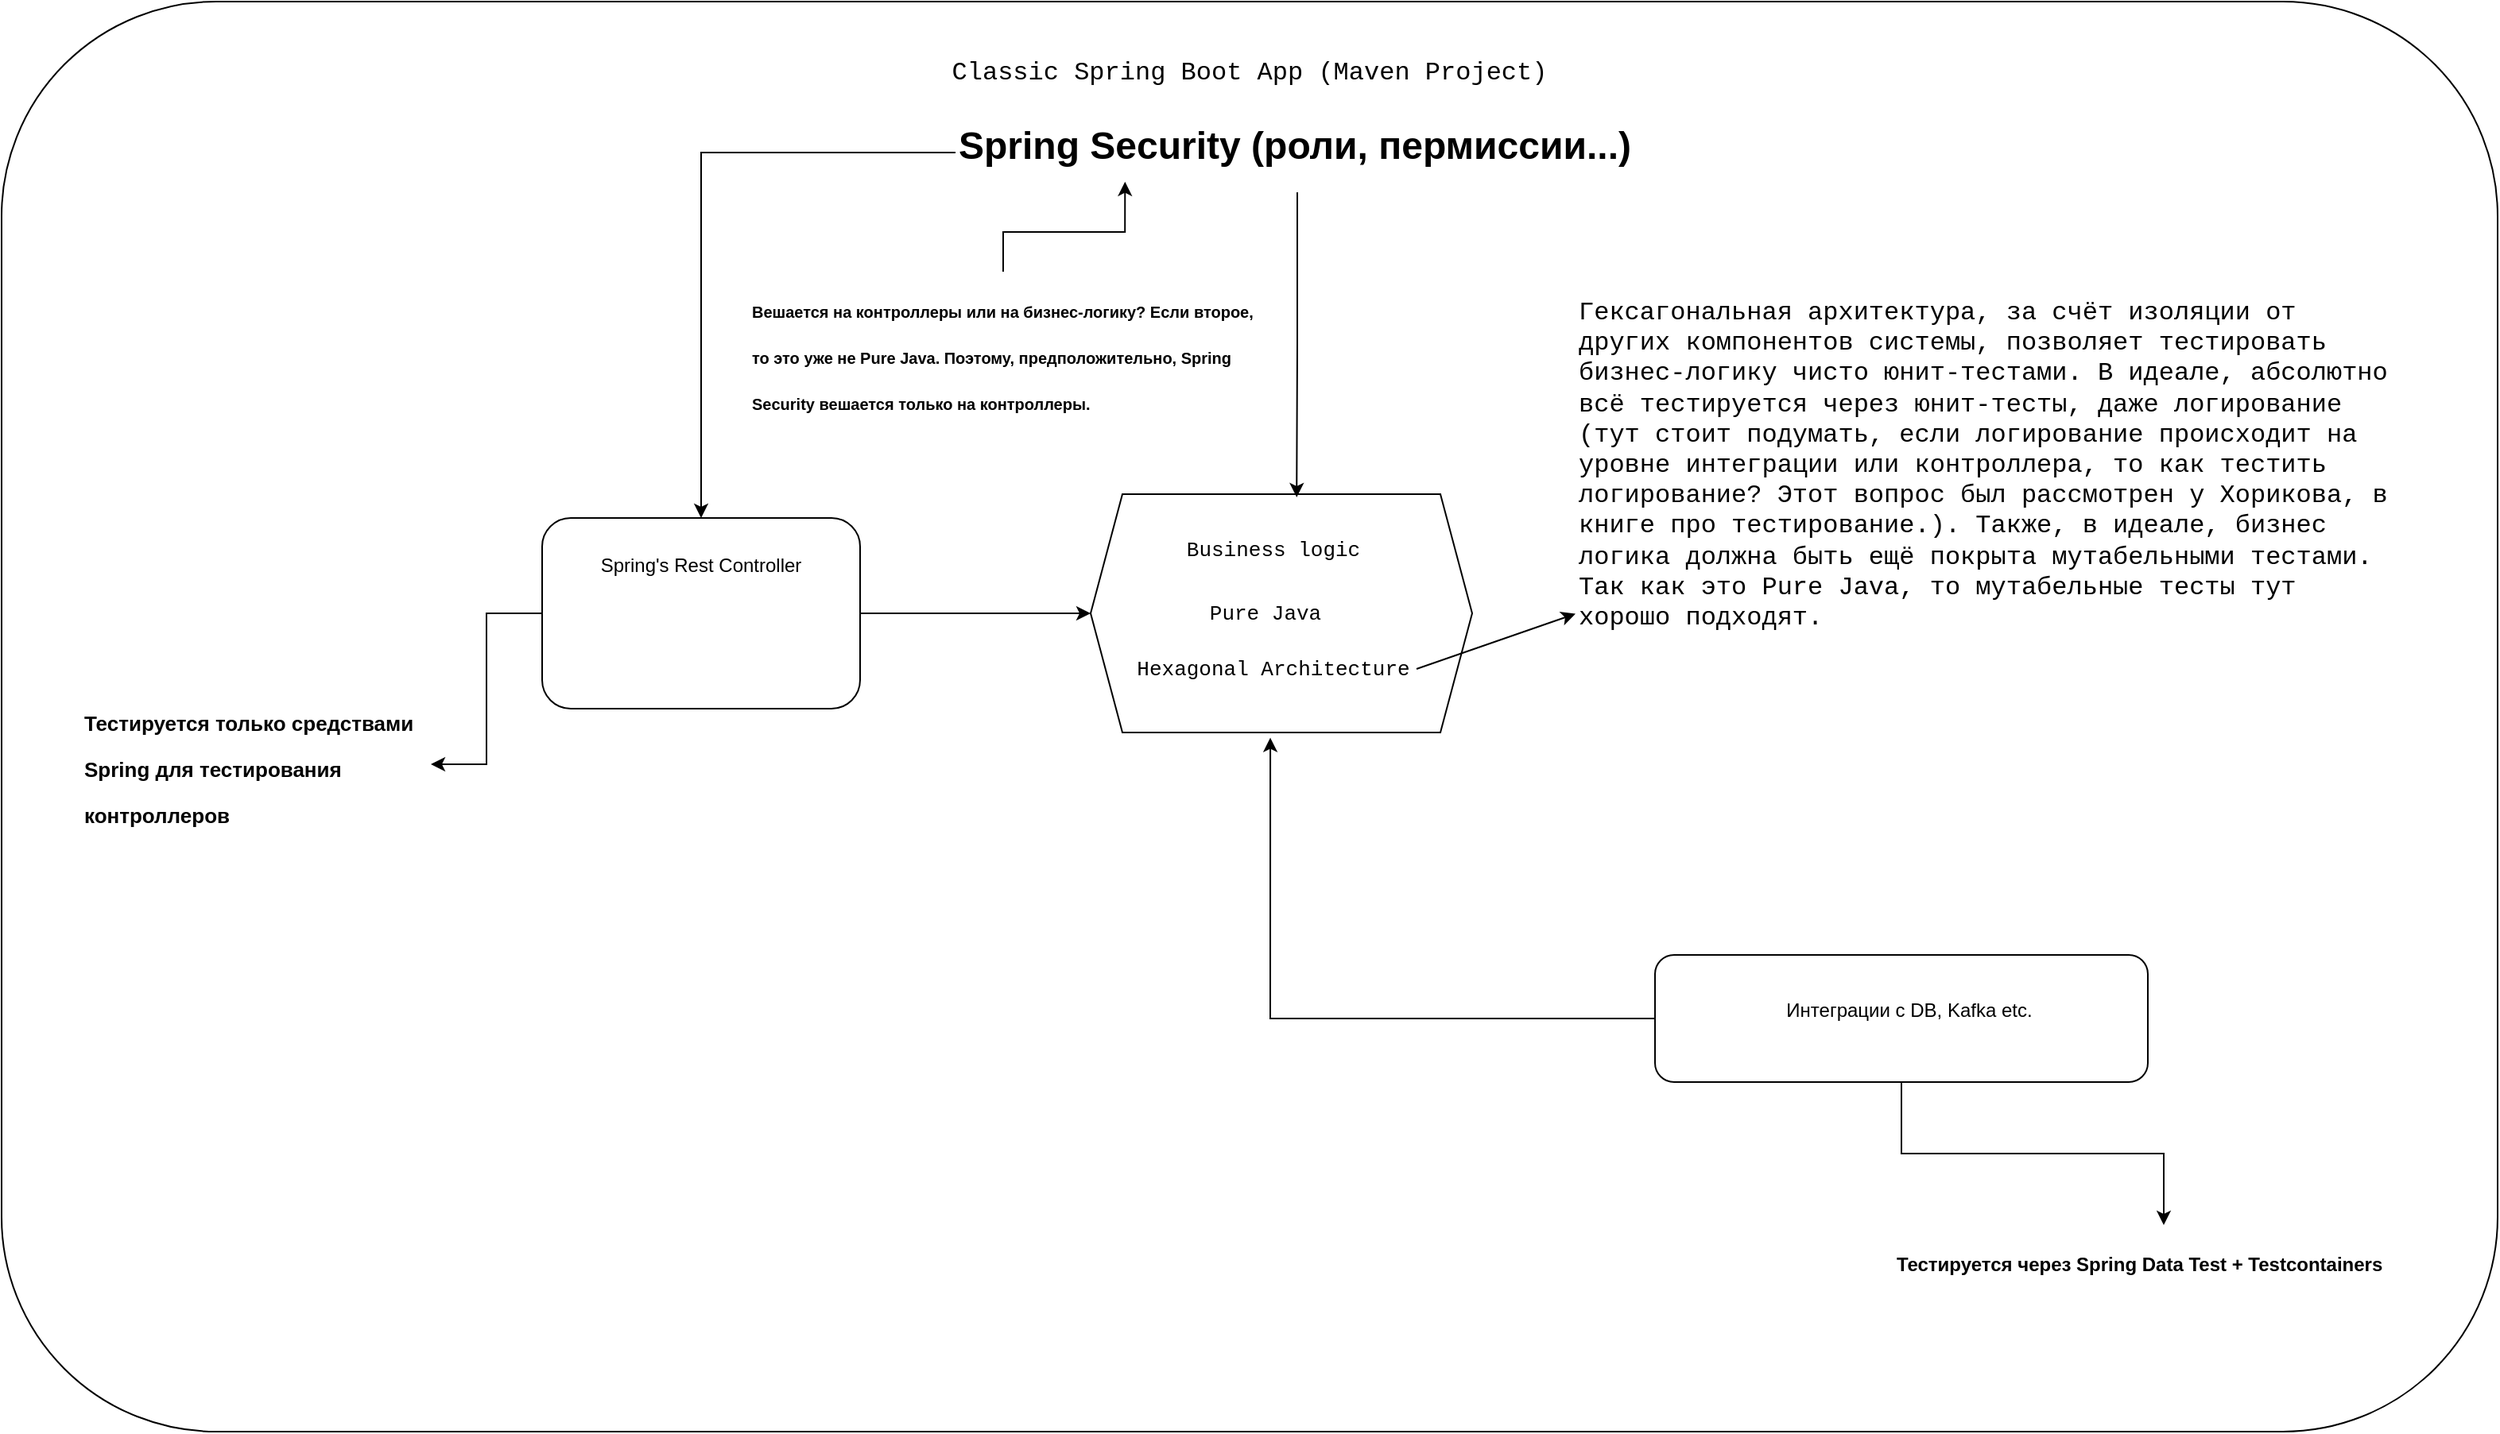
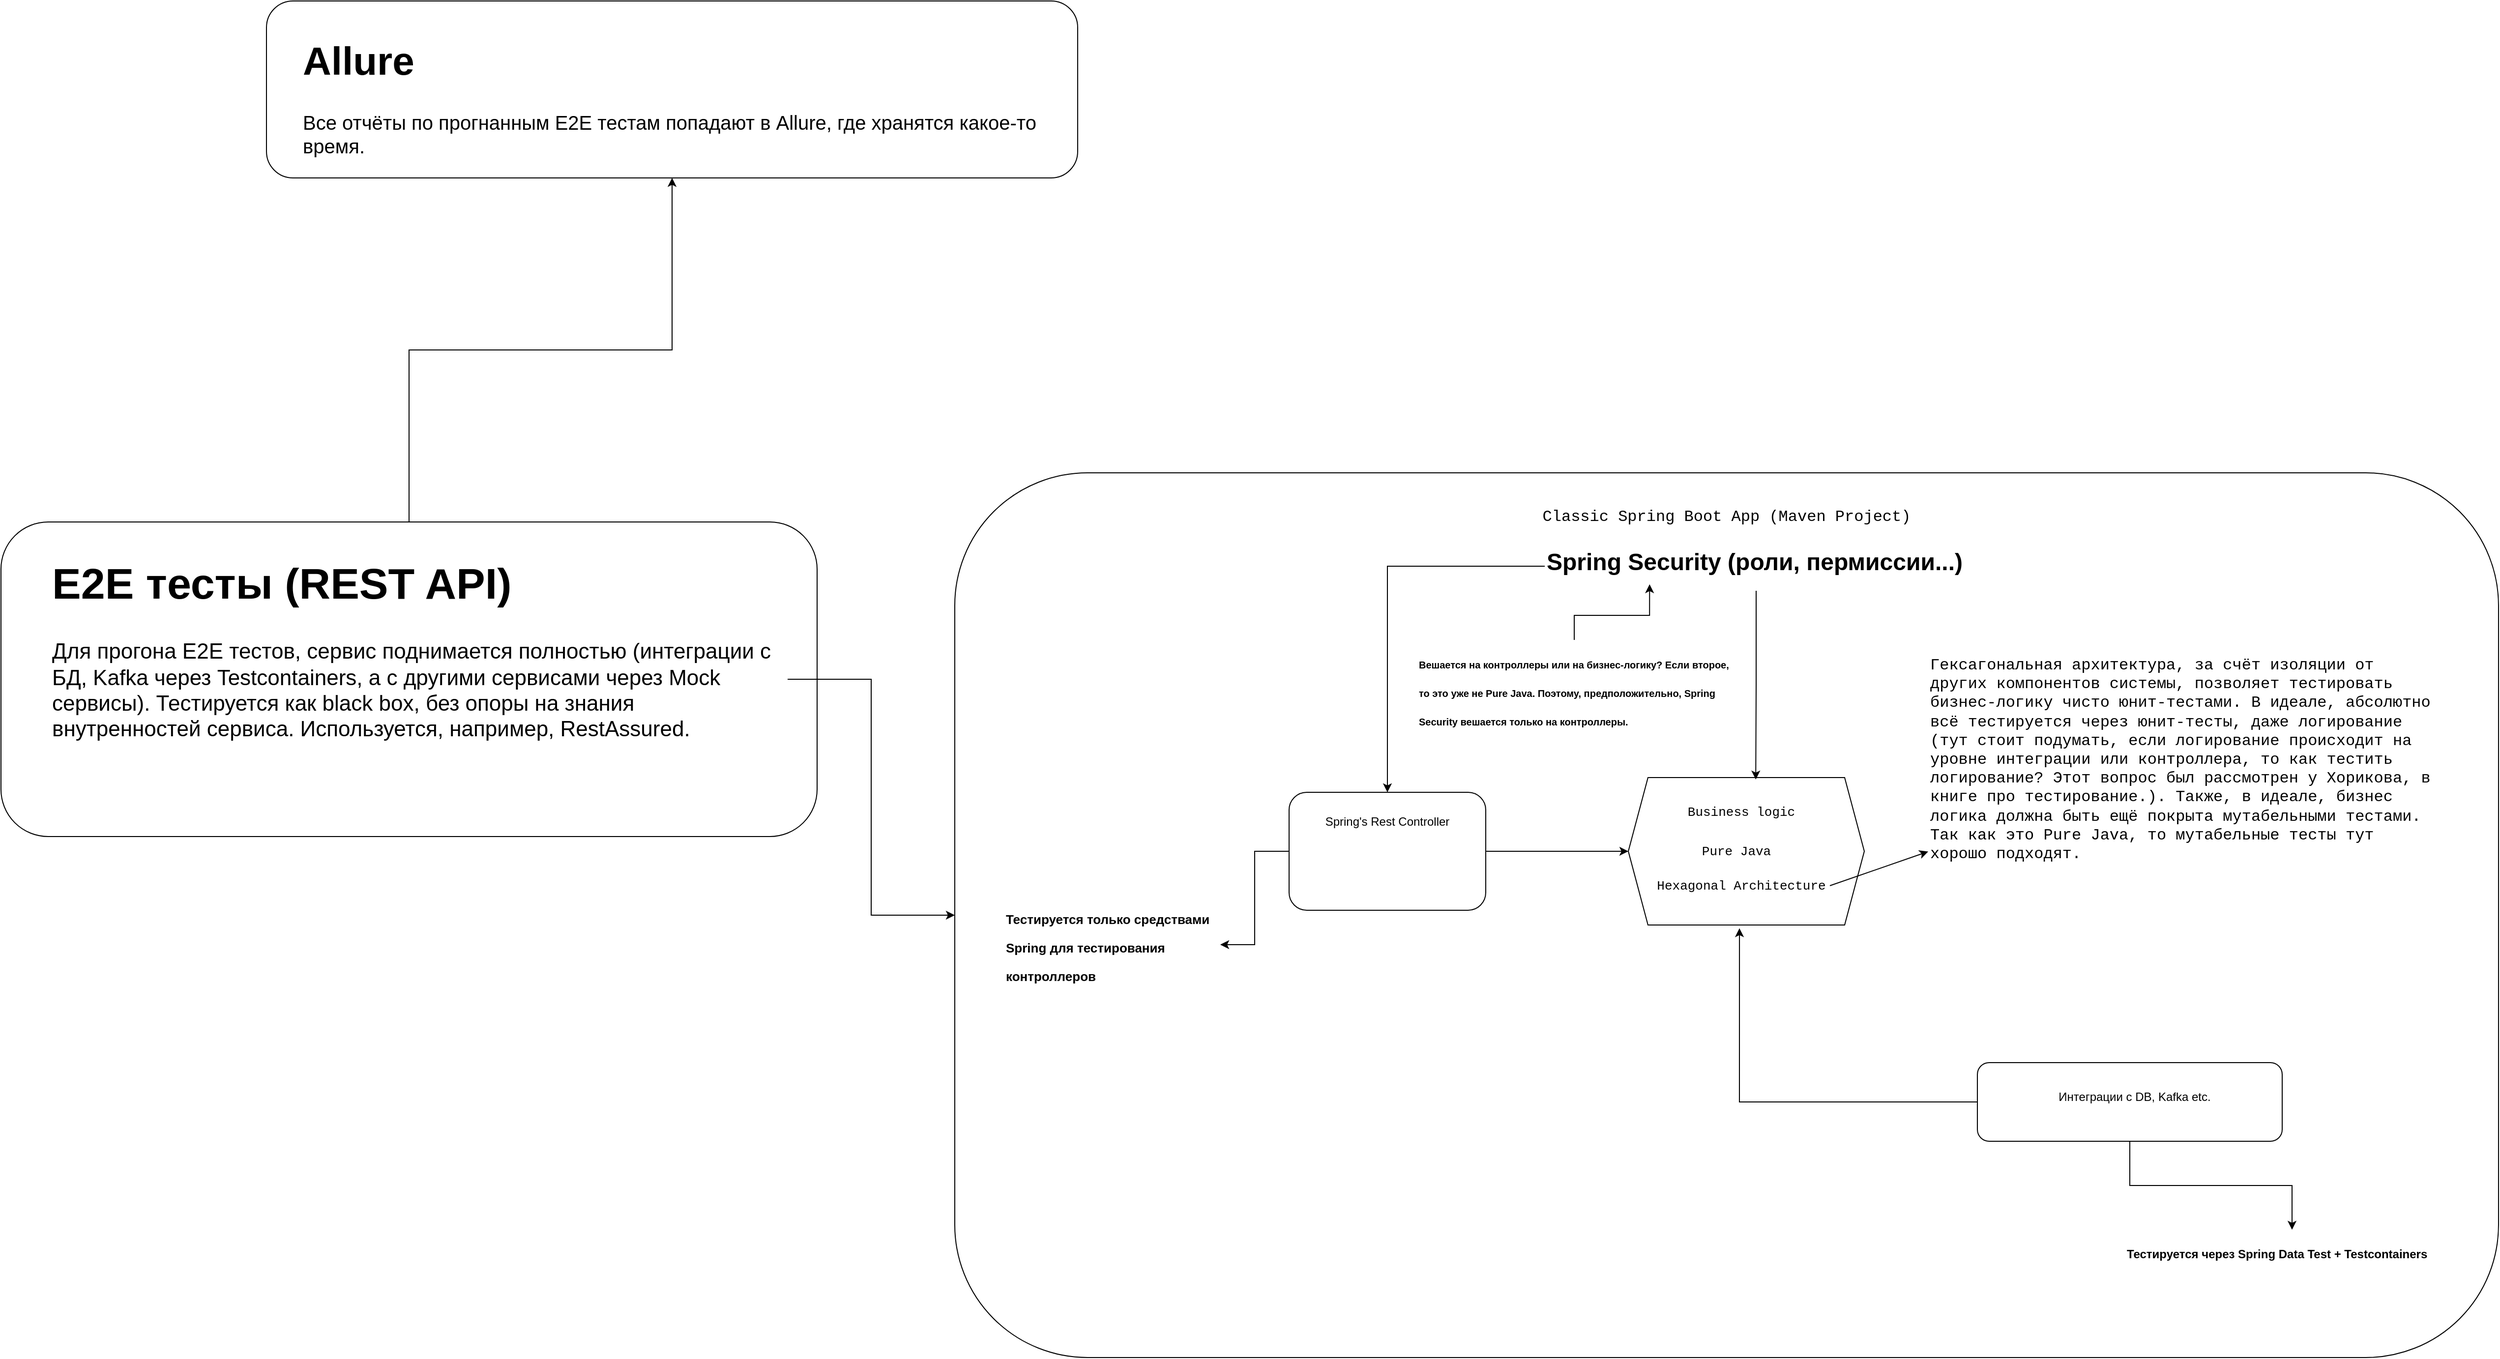
<mxfile host="app.diagrams.net">
  <diagram name="Page-1" id="LjJlObnih52HbGQaQb0i">
-     <mxGraphModel dx="2656" dy="1260" grid="1" gridSize="10" guides="1" tooltips="1" connect="1" arrows="1" fold="1" page="1" pageScale="1" pageWidth="850" pageHeight="1100" math="0" shadow="0">
+     <mxGraphModel dx="3835" dy="2589" grid="1" gridSize="10" guides="1" tooltips="1" connect="1" arrows="1" fold="1" page="1" pageScale="1" pageWidth="850" pageHeight="1100" math="0" shadow="0">
      <root>
        <mxCell id="0" />
        <mxCell id="1" parent="0" />
        <mxCell id="pABJUcwdlSBN9XXVtCt0-2" parent="1" style="rounded=1;whiteSpace=wrap;html=1;" value="" vertex="1">
          <mxGeometry height="900" width="1570" x="-310" y="70" as="geometry" />
        </mxCell>
        <mxCell id="pABJUcwdlSBN9XXVtCt0-3" parent="1" style="text;html=1;whiteSpace=wrap;strokeColor=none;fillColor=none;align=center;verticalAlign=middle;rounded=0;fontFamily=Courier New;fontSize=16;" value="Classic Spring Boot App (Maven Project)" vertex="1">
          <mxGeometry height="30" width="480" x="235" y="100" as="geometry" />
        </mxCell>
        <mxCell id="pABJUcwdlSBN9XXVtCt0-15" edge="1" parent="1" source="pABJUcwdlSBN9XXVtCt0-4" style="edgeStyle=orthogonalEdgeStyle;rounded=0;orthogonalLoop=1;jettySize=auto;html=1;" target="pABJUcwdlSBN9XXVtCt0-7">
          <mxGeometry relative="1" as="geometry" />
        </mxCell>
        <mxCell id="pABJUcwdlSBN9XXVtCt0-20" edge="1" parent="1" source="pABJUcwdlSBN9XXVtCt0-4" style="edgeStyle=orthogonalEdgeStyle;rounded=0;orthogonalLoop=1;jettySize=auto;html=1;entryX=1;entryY=0.5;entryDx=0;entryDy=0;" target="pABJUcwdlSBN9XXVtCt0-19">
          <mxGeometry relative="1" as="geometry" />
        </mxCell>
        <mxCell id="pABJUcwdlSBN9XXVtCt0-4" parent="1" style="rounded=1;whiteSpace=wrap;html=1;" value="" vertex="1">
          <mxGeometry height="120" width="200" x="30" y="395" as="geometry" />
        </mxCell>
        <mxCell id="pABJUcwdlSBN9XXVtCt0-23" edge="1" parent="1" source="pABJUcwdlSBN9XXVtCt0-6" style="edgeStyle=orthogonalEdgeStyle;rounded=0;orthogonalLoop=1;jettySize=auto;html=1;" target="pABJUcwdlSBN9XXVtCt0-22">
          <mxGeometry relative="1" as="geometry" />
        </mxCell>
        <mxCell id="pABJUcwdlSBN9XXVtCt0-6" parent="1" style="rounded=1;whiteSpace=wrap;html=1;" value="" vertex="1">
          <mxGeometry height="80" width="310" x="730" y="670" as="geometry" />
        </mxCell>
        <mxCell id="pABJUcwdlSBN9XXVtCt0-7" parent="1" style="shape=hexagon;perimeter=hexagonPerimeter2;whiteSpace=wrap;html=1;fixedSize=1;" value="" vertex="1">
          <mxGeometry height="150" width="240" x="375" y="380" as="geometry" />
        </mxCell>
        <mxCell id="pABJUcwdlSBN9XXVtCt0-8" parent="1" style="text;html=1;whiteSpace=wrap;strokeColor=none;fillColor=none;align=center;verticalAlign=middle;rounded=0;fontFamily=Courier New;fontSize=13;" value="Business logic" vertex="1">
          <mxGeometry height="30" width="160" x="410" y="400" as="geometry" />
        </mxCell>
        <mxCell id="pABJUcwdlSBN9XXVtCt0-9" parent="1" style="text;html=1;whiteSpace=wrap;strokeColor=none;fillColor=none;align=center;verticalAlign=middle;rounded=0;fontFamily=Courier New;fontSize=13;" value="Pure Java" vertex="1">
          <mxGeometry height="30" width="130" x="420" y="440" as="geometry" />
        </mxCell>
        <mxCell id="pABJUcwdlSBN9XXVtCt0-11" parent="1" style="text;html=1;whiteSpace=wrap;strokeColor=none;fillColor=none;align=center;verticalAlign=middle;rounded=0;fontFamily=Courier New;fontSize=13;" value="Hexagonal Architecture" vertex="1">
          <mxGeometry height="40" width="200" x="390" y="470" as="geometry" />
        </mxCell>
        <mxCell id="pABJUcwdlSBN9XXVtCt0-13" parent="1" style="text;html=1;whiteSpace=wrap;overflow=hidden;rounded=0;fontFamily=Courier New;fontSize=8;" value="&lt;h1 style=&quot;margin-top: 0px;&quot;&gt;&lt;span style=&quot;background-color: transparent; color: light-dark(rgb(0, 0, 0), rgb(255, 255, 255)); font-weight: normal;&quot;&gt;Гексагональная архитектура, за счёт изоляции от других компонентов системы, позволяет тестировать бизнес-логику чисто юнит-тестами. В идеале, абсолютно всё тестируется через юнит-тесты, даже логирование (тут стоит подумать, если логирование происходит на уровне интеграции или контроллера, то как тестить логирование? Этот вопрос был рассмотрен у Хорикова, в книге про тестирование.). Также, в идеале, бизнес логика должна быть ещё покрыта мутабельными тестами. Так как это Pure Java, то мутабельные тесты тут хорошо подходят.&lt;/span&gt;&lt;/h1&gt;" vertex="1">
          <mxGeometry height="230" width="520" x="680" y="250" as="geometry" />
        </mxCell>
        <mxCell id="pABJUcwdlSBN9XXVtCt0-14" edge="1" parent="1" style="endArrow=classic;html=1;rounded=0;" target="pABJUcwdlSBN9XXVtCt0-13" value="">
          <mxGeometry height="50" relative="1" width="50" as="geometry">
            <mxPoint x="580" y="490" as="sourcePoint" />
            <mxPoint x="630" y="440" as="targetPoint" />
          </mxGeometry>
        </mxCell>
        <mxCell id="pABJUcwdlSBN9XXVtCt0-17" edge="1" parent="1" source="pABJUcwdlSBN9XXVtCt0-6" style="edgeStyle=orthogonalEdgeStyle;rounded=0;orthogonalLoop=1;jettySize=auto;html=1;entryX=0.471;entryY=1.022;entryDx=0;entryDy=0;entryPerimeter=0;" target="pABJUcwdlSBN9XXVtCt0-7">
          <mxGeometry relative="1" as="geometry" />
        </mxCell>
        <mxCell id="pABJUcwdlSBN9XXVtCt0-18" parent="1" style="text;html=1;whiteSpace=wrap;strokeColor=none;fillColor=none;align=center;verticalAlign=middle;rounded=0;" value="Spring&#39;s Rest Controller" vertex="1">
          <mxGeometry height="30" width="170" x="45" y="410" as="geometry" />
        </mxCell>
        <mxCell id="pABJUcwdlSBN9XXVtCt0-19" parent="1" style="text;html=1;whiteSpace=wrap;overflow=hidden;rounded=0;" value="&lt;h1 style=&quot;margin-top: 0px;&quot;&gt;&lt;font style=&quot;font-size: 13px;&quot;&gt;Тестируется только средствами Spring для тестирования контроллеров&lt;/font&gt;&lt;/h1&gt;" vertex="1">
          <mxGeometry height="100" width="220" x="-260" y="500" as="geometry" />
        </mxCell>
        <mxCell id="pABJUcwdlSBN9XXVtCt0-21" parent="1" style="text;html=1;whiteSpace=wrap;strokeColor=none;fillColor=none;align=center;verticalAlign=middle;rounded=0;" value="Интеграции с DB, Kafka etc." vertex="1">
          <mxGeometry height="30" width="280" x="750" y="690" as="geometry" />
        </mxCell>
        <mxCell id="pABJUcwdlSBN9XXVtCt0-22" parent="1" style="text;html=1;whiteSpace=wrap;overflow=hidden;rounded=0;" value="&lt;h1 style=&quot;margin-top: 0px;&quot;&gt;&lt;font style=&quot;font-size: 12px;&quot;&gt;Тестируется через Spring Data Test + Testcontainers&lt;/font&gt;&lt;/h1&gt;" vertex="1">
          <mxGeometry height="50" width="340" x="880" y="840" as="geometry" />
        </mxCell>
        <mxCell id="pABJUcwdlSBN9XXVtCt0-25" edge="1" parent="1" source="pABJUcwdlSBN9XXVtCt0-24" style="edgeStyle=orthogonalEdgeStyle;rounded=0;orthogonalLoop=1;jettySize=auto;html=1;entryX=0.5;entryY=0;entryDx=0;entryDy=0;" target="pABJUcwdlSBN9XXVtCt0-4">
          <mxGeometry relative="1" as="geometry" />
        </mxCell>
        <mxCell id="pABJUcwdlSBN9XXVtCt0-24" parent="1" style="text;html=1;whiteSpace=wrap;overflow=hidden;rounded=0;" value="&lt;h1 style=&quot;margin-top: 0px;&quot;&gt;Spring Security (роли, пермиссии...)&lt;/h1&gt;" vertex="1">
          <mxGeometry height="50" width="430" x="290" y="140" as="geometry" />
        </mxCell>
        <mxCell id="pABJUcwdlSBN9XXVtCt0-26" edge="1" parent="1" source="pABJUcwdlSBN9XXVtCt0-24" style="edgeStyle=orthogonalEdgeStyle;rounded=0;orthogonalLoop=1;jettySize=auto;html=1;entryX=0.54;entryY=0.013;entryDx=0;entryDy=0;entryPerimeter=0;" target="pABJUcwdlSBN9XXVtCt0-7">
          <mxGeometry relative="1" as="geometry" />
        </mxCell>
        <mxCell id="pABJUcwdlSBN9XXVtCt0-28" parent="1" style="text;html=1;whiteSpace=wrap;overflow=hidden;rounded=0;" value="&lt;h1 style=&quot;margin-top: 0px;&quot;&gt;&lt;font style=&quot;font-size: 10px;&quot;&gt;Вешается на контроллеры или на бизнес-логику? Если второе, то это уже не Pure Java. Поэтому, предположительно, Spring Security вешается только на контроллеры.&lt;/font&gt;&lt;/h1&gt;" vertex="1">
          <mxGeometry height="100" width="320" x="160" y="240" as="geometry" />
        </mxCell>
        <mxCell id="pABJUcwdlSBN9XXVtCt0-29" edge="1" parent="1" source="pABJUcwdlSBN9XXVtCt0-28" style="edgeStyle=orthogonalEdgeStyle;rounded=0;orthogonalLoop=1;jettySize=auto;html=1;entryX=0.248;entryY=0.867;entryDx=0;entryDy=0;entryPerimeter=0;" target="pABJUcwdlSBN9XXVtCt0-24">
          <mxGeometry relative="1" as="geometry" />
        </mxCell>
+         <mxCell id="v74TKjIDD4j9ubcqONKH-6" edge="1" parent="1" source="v74TKjIDD4j9ubcqONKH-1" style="edgeStyle=orthogonalEdgeStyle;rounded=0;orthogonalLoop=1;jettySize=auto;html=1;entryX=0.5;entryY=1;entryDx=0;entryDy=0;" target="v74TKjIDD4j9ubcqONKH-4">
+           <mxGeometry relative="1" as="geometry" />
+         </mxCell>
+         <mxCell id="v74TKjIDD4j9ubcqONKH-1" parent="1" style="rounded=1;whiteSpace=wrap;html=1;" value="" vertex="1">
+           <mxGeometry height="320" width="830" x="-1280" y="120" as="geometry" />
+         </mxCell>
+         <mxCell id="v74TKjIDD4j9ubcqONKH-3" edge="1" parent="1" source="v74TKjIDD4j9ubcqONKH-2" style="edgeStyle=orthogonalEdgeStyle;rounded=0;orthogonalLoop=1;jettySize=auto;html=1;entryX=0;entryY=0.5;entryDx=0;entryDy=0;" target="pABJUcwdlSBN9XXVtCt0-2">
+           <mxGeometry relative="1" as="geometry" />
+         </mxCell>
+         <mxCell id="v74TKjIDD4j9ubcqONKH-2" parent="1" style="text;html=1;whiteSpace=wrap;overflow=hidden;rounded=0;fontSize=22;" value="&lt;h1 style=&quot;margin-top: 0px;&quot;&gt;E2E тесты (REST API)&lt;/h1&gt;&lt;p&gt;Для прогона E2E тестов, сервис поднимается полностью (интеграции с БД, Kafka через Testcontainers, а с другими сервисами через Mock сервисы). Тестируется как black box, без опоры на знания внутренностей сервиса. Используется, например, RestAssured.&lt;/p&gt;" vertex="1">
+           <mxGeometry height="260" width="750" x="-1230" y="150" as="geometry" />
+         </mxCell>
+         <mxCell id="v74TKjIDD4j9ubcqONKH-4" parent="1" style="rounded=1;whiteSpace=wrap;html=1;" value="" vertex="1">
+           <mxGeometry height="180" width="825" x="-1010" y="-410" as="geometry" />
+         </mxCell>
+         <mxCell id="v74TKjIDD4j9ubcqONKH-5" parent="1" style="text;html=1;whiteSpace=wrap;overflow=hidden;rounded=0;fontSize=20;" value="&lt;h1 style=&quot;margin-top: 0px;&quot;&gt;&lt;font&gt;Allure&lt;/font&gt;&lt;/h1&gt;&lt;p&gt;&lt;font&gt;Все отчёты по прогнанным E2E тестам попадают в Allure, где хранятся какое-то время.&lt;/font&gt;&lt;/p&gt;" vertex="1">
+           <mxGeometry height="140" width="770" x="-975" y="-380" as="geometry" />
+         </mxCell>
      </root>
    </mxGraphModel>
  </diagram>
</mxfile>
